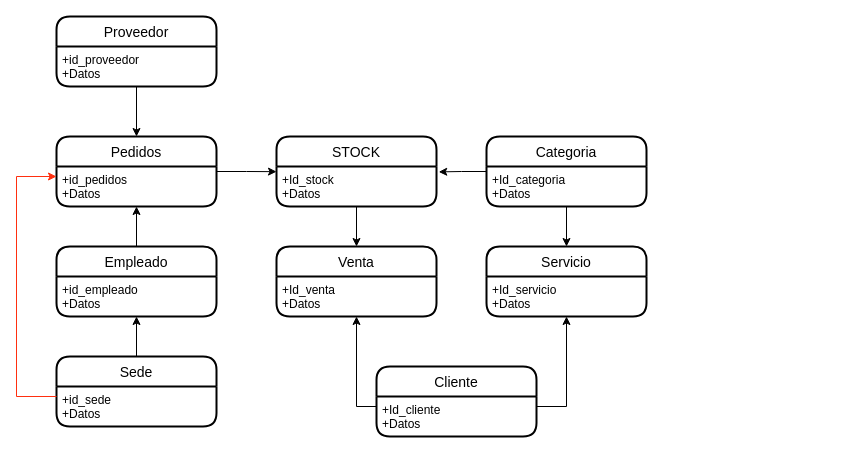
The draw.io diagram Diagrama sin título.drawio in MikhersAgustiniana/Diagrama-MER, before the edit. Source tidied: cells renumbered, new cells numbered last; positions are measured from the earlier drawing's top-left corner, leaving out a move shared by most shapes. Both pictures are drawn from the tidied source at 100%, with x=0, y=0 at pixel (16, 16).
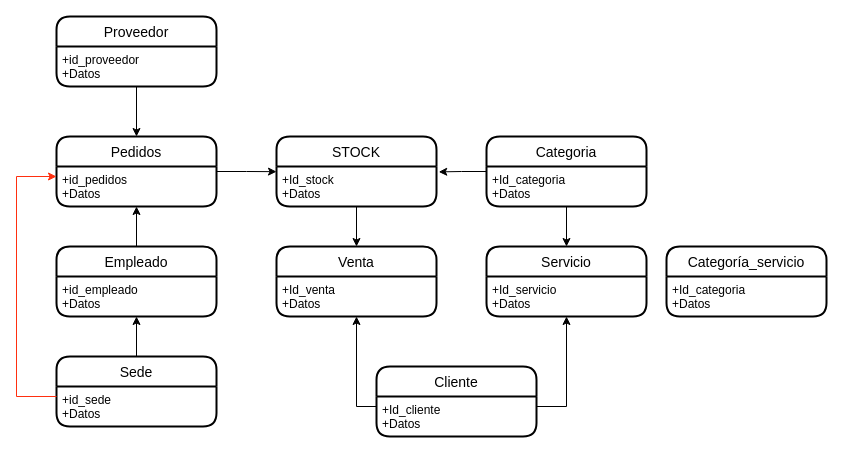
The same page after the edit.

Commit message:
Mas tabla cat. servicio

Change to the diagram source:
```diff
@@
+    <mxCell id="30" value="Categoría_servicio" style="swimlane;horizontal=1;startSize=30;rounded=1;fontSize=14;fontStyle=0;strokeWidth=2;shadow=0;dashed=0;align=center;" parent="1" vertex="1">
+      <mxGeometry x="650" y="230" width="160" height="70" as="geometry" />
+    </mxCell>
+    <mxCell id="31" value="+Id_categoria&#10;+Datos" style="align=left;strokeColor=none;fillColor=none;spacingLeft=4;fontSize=12;verticalAlign=top;" parent="30" vertex="1">
+      <mxGeometry y="30" width="160" height="40" as="geometry" />
+    </mxCell>
```
